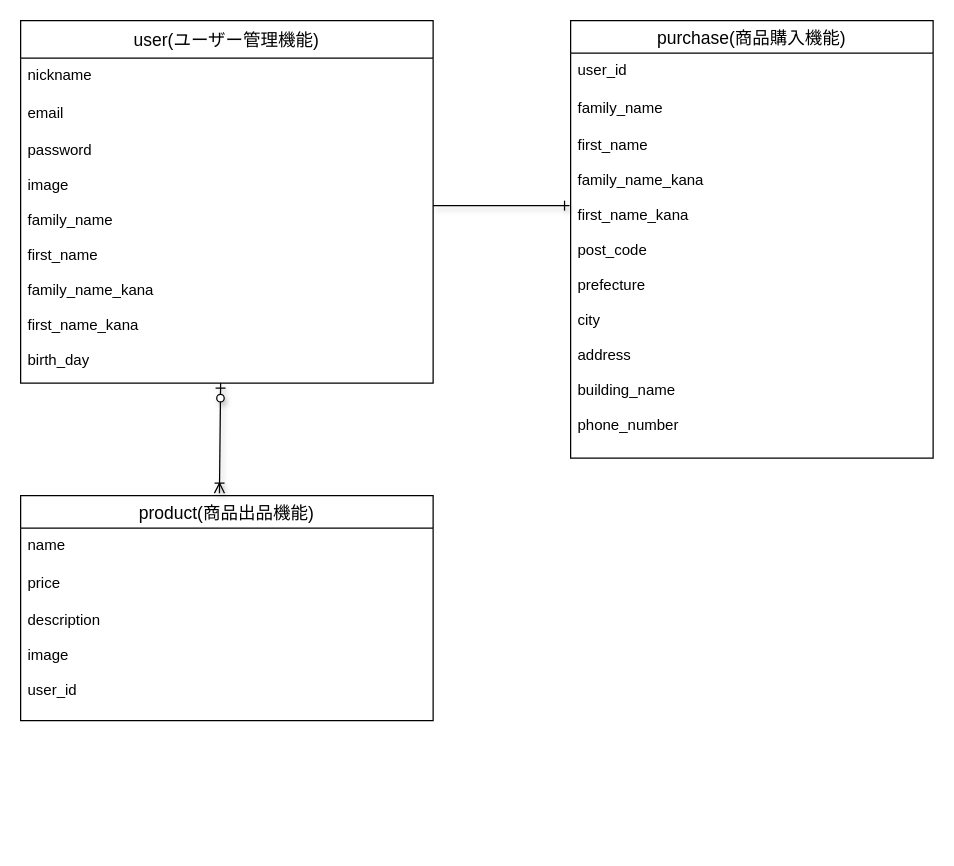
sakaiyuji3862/furima-32602 keeps this draw.io diagram as ER.dio. Above is the earlier version. Source tidied: cells renumbered, new cells numbered last; positions are measured from the earlier drawing's top-left corner, leaving out a move shared by most shapes. Both pictures are drawn from the tidied source at 125%, with x=0, y=0 at pixel (20, 20).
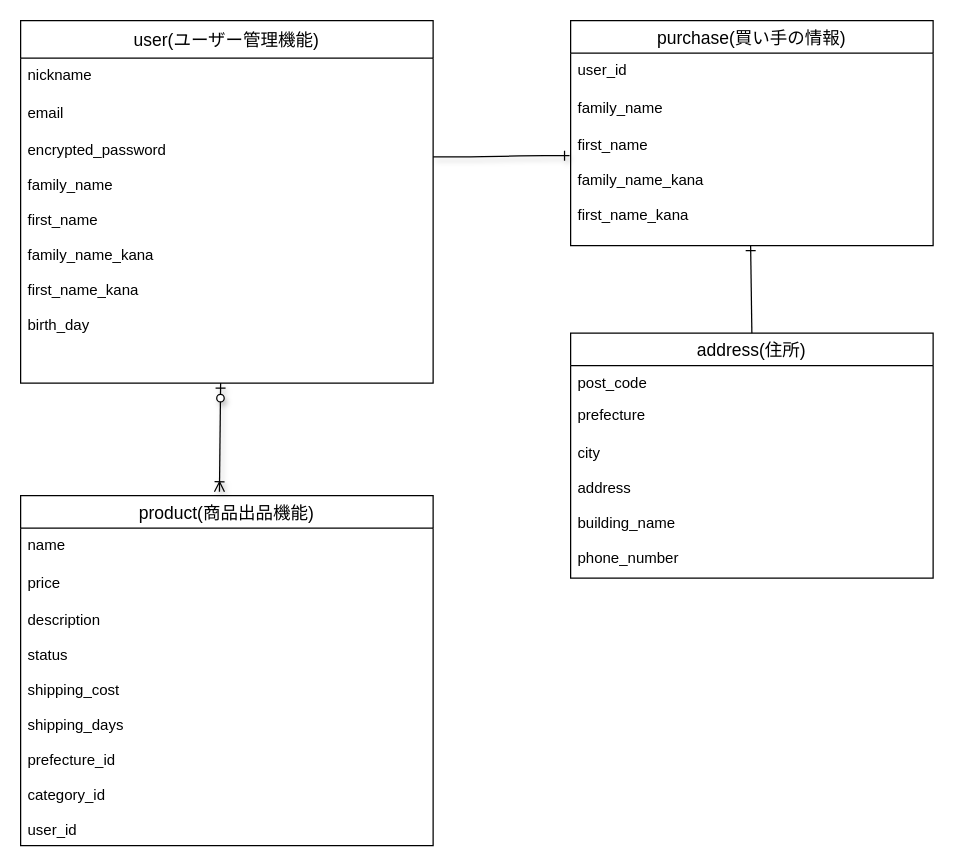
The same diagram, later.

Commit message (it also covers changes not shown here):
ER図、README修正

The change refers to these unchanged cells:
```xml
<mxCell id="2" value="user(ユーザー管理機能)" style="swimlane;fontStyle=0;horizontal=1;startSize=30;align=center;fontSize=14;" parent="1" vertex="1">
  <mxGeometry width="330" height="290" as="geometry" />
</mxCell>
```

What changed in the source:
```diff
@@
-    <mxCell id="5" value="password&#10; &#10;image&#10;&#10;family_name&#10;&#10;first_name&#10;&#10;family_name_kana&#10;&#10;first_name_kana&#10;&#10;birth_day&#10;&#10;&#10;" style="text;strokeColor=none;fillColor=none;spacingLeft=4;spacingRight=4;overflow=hidden;points=[[0,0.5],[1,0.5]];portConstraint=eastwest;fontSize=12;" parent="2" vertex="1">
+    <mxCell id="5" value="encrypted_password&#10; &#10;family_name&#10;&#10;first_name&#10;&#10;family_name_kana&#10;&#10;first_name_kana&#10;&#10;birth_day&#10;&#10;&#10;" style="text;strokeColor=none;fillColor=none;spacingLeft=4;spacingRight=4;overflow=hidden;points=[[0,0.5],[1,0.5]];portConstraint=eastwest;fontSize=12;" parent="2" vertex="1">
       <mxGeometry y="90" width="330" height="200" as="geometry" />
     </mxCell>
     <mxCell id="6" value="product(商品出品機能)" style="swimlane;fontStyle=0;horizontal=1;startSize=26;align=center;fontSize=14;" parent="1" vertex="1">
-      <mxGeometry y="380" width="330" height="180" as="geometry" />
+      <mxGeometry y="380" width="330" height="280" as="geometry" />
     </mxCell>
@@
-    <mxCell id="9" value="description&#10;&#10;image&#10;&#10;user_id" style="text;strokeColor=none;fillColor=none;spacingLeft=4;spacingRight=4;overflow=hidden;fontSize=12;" parent="6" vertex="1">
-      <mxGeometry y="86" width="330" height="94" as="geometry" />
+    <mxCell id="9" value="description&#10;&#10;status&#10;&#10;shipping_cost&#10;&#10;shipping_days&#10;&#10;prefecture_id&#10;&#10;category_id&#10;&#10;user_id" style="text;strokeColor=none;fillColor=none;spacingLeft=4;spacingRight=4;overflow=hidden;fontSize=12;" parent="6" vertex="1">
+      <mxGeometry y="86" width="330" height="194" as="geometry" />
     </mxCell>
@@
-    <mxCell id="11" value="purchase(商品購入機能)" style="swimlane;fontStyle=0;horizontal=1;startSize=26;align=center;fontSize=14;" parent="1" vertex="1">
-      <mxGeometry x="440" width="290" height="350" as="geometry" />
+    <mxCell id="11" value="purchase(買い手の情報)" style="swimlane;fontStyle=0;horizontal=1;startSize=26;align=center;fontSize=14;" parent="1" vertex="1">
+      <mxGeometry x="440" width="290" height="180" as="geometry" />
     </mxCell>
@@
-    <mxCell id="14" value="first_name&#10;&#10;family_name_kana&#10;&#10;first_name_kana&#10;&#10;post_code&#10;&#10;prefecture&#10;&#10;city&#10;&#10;address&#10;&#10;building_name&#10;&#10;phone_number" style="text;strokeColor=none;fillColor=none;spacingLeft=4;spacingRight=4;overflow=hidden;points=[[0,0.5],[1,0.5]];portConstraint=eastwest;fontSize=12;" parent="11" vertex="1">
-      <mxGeometry y="86" width="290" height="264" as="geometry" />
+    <mxCell id="14" value="first_name&#10;&#10;family_name_kana&#10;&#10;first_name_kana&#10;&#10;" style="text;strokeColor=none;fillColor=none;spacingLeft=4;spacingRight=4;overflow=hidden;points=[[0,0.5],[1,0.5]];portConstraint=eastwest;fontSize=12;" parent="11" vertex="1">
+      <mxGeometry y="86" width="290" height="94" as="geometry" />
     </mxCell>
-    <mxCell id="15" style="edgeStyle=entityRelationEdgeStyle;fontSize=12;html=1;endArrow=ERone;endFill=1;shadow=1;entryX=-0.003;entryY=0.235;entryDx=0;entryDy=0;entryPerimeter=0;exitX=1;exitY=0.29;exitDx=0;exitDy=0;exitPerimeter=0;" parent="1" edge="1" source="5" target="14">
+    <mxCell id="15" style="edgeStyle=entityRelationEdgeStyle;fontSize=12;html=1;endArrow=ERone;endFill=1;shadow=1;entryX=-0.003;entryY=0.235;entryDx=0;entryDy=0;entryPerimeter=0;exitX=1;exitY=0.095;exitDx=0;exitDy=0;exitPerimeter=0;" parent="1" edge="1" source="5" target="14">
       <mxGeometry relative="1" as="geometry" />
     </mxCell>
+    <mxCell id="16" value="address(住所)" style="swimlane;fontStyle=0;horizontal=1;startSize=26;align=center;fontSize=14;" parent="1" vertex="1">
+      <mxGeometry x="440" y="250" width="290" height="196" as="geometry" />
+    </mxCell>
+    <mxCell id="17" value="post_code" style="text;strokeColor=none;fillColor=none;spacingLeft=4;spacingRight=4;overflow=hidden;fontSize=12;" parent="16" vertex="1">
+      <mxGeometry y="26" width="290" height="26" as="geometry" />
+    </mxCell>
+    <mxCell id="18" value="prefecture" style="text;strokeColor=none;fillColor=none;spacingLeft=4;spacingRight=4;overflow=hidden;fontSize=12;" parent="16" vertex="1">
+      <mxGeometry y="52" width="290" height="30" as="geometry" />
+    </mxCell>
+    <mxCell id="19" value="city&#10;&#10;address&#10;&#10;building_name&#10;&#10;phone_number" style="text;strokeColor=none;fillColor=none;spacingLeft=4;spacingRight=4;overflow=hidden;fontSize=12;" parent="16" vertex="1">
+      <mxGeometry y="82" width="290" height="114" as="geometry" />
+    </mxCell>
+    <mxCell id="20" style="fontSize=12;html=1;endArrow=ERone;endFill=1;exitX=0.5;exitY=0;exitDx=0;exitDy=0;" parent="1" edge="1" source="16">
+      <mxGeometry relative="1" as="geometry">
+        <mxPoint x="584" y="180" as="targetPoint" />
+      </mxGeometry>
+    </mxCell>
```
